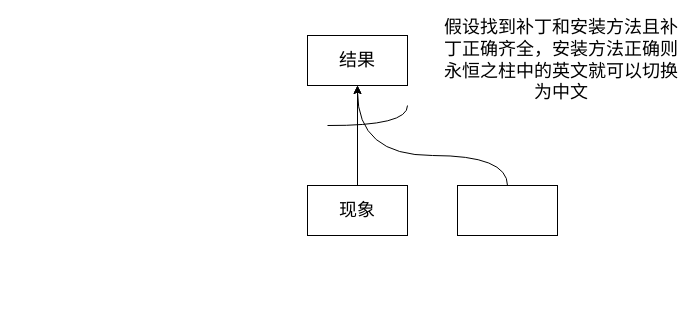
Before: Test.drawio in gitpigzhusj/draw.io, a draw.io diagram. Source tidied: cells renumbered, new cells numbered last; positions are measured from the earlier drawing's top-left corner, leaving out a move shared by most shapes. Both pictures are drawn from the tidied source at 100%, with x=0, y=0 at pixel (307, 25).
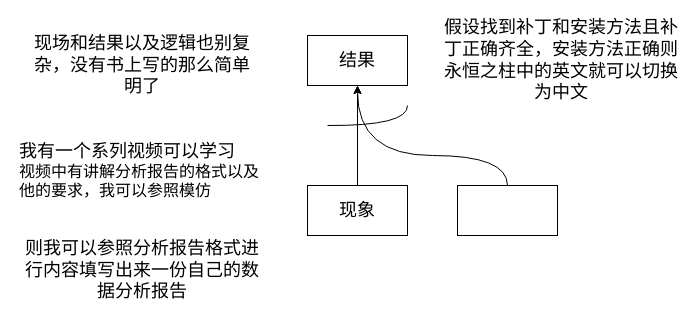
The same page after the edit.

Change to the diagram source:
```diff
@@
 <mxGraphModel>
   <root>
     <mxCell id="0" />
     <mxCell id="1" parent="0" />
     <mxCell id="2" style="edgeStyle=orthogonalEdgeStyle;rounded=0;jettySize=auto;html=1;entryX=0.5;entryY=1;entryDx=0;entryDy=0;" parent="1" edge="1" source="3" target="4">
       <mxGeometry relative="1" as="geometry" />
     </mxCell>
     <mxCell id="3" value="&lt;font style=&quot;font-size: 18px;&quot;&gt;现象&lt;/font&gt;" style="rounded=0;whiteSpace=wrap;html=1;" parent="1" vertex="1">
       <mxGeometry y="160" width="100" height="50" as="geometry" />
     </mxCell>
     <mxCell id="4" value="&lt;font style=&quot;font-size: 18px;&quot;&gt;结果&lt;/font&gt;" style="rounded=0;whiteSpace=wrap;html=1;" parent="1" vertex="1">
       <mxGeometry y="10" width="100" height="50" as="geometry" />
     </mxCell>
     <mxCell id="5" style="edgeStyle=orthogonalEdgeStyle;rounded=0;jettySize=auto;html=1;entryX=0.5;entryY=1;entryDx=0;entryDy=0;curved=1;" parent="1" edge="1" source="6" target="4">
       <mxGeometry relative="1" as="geometry">
         <Array as="points">
           <mxPoint x="200" y="130" />
           <mxPoint x="50" y="130" />
         </Array>
       </mxGeometry>
     </mxCell>
     <mxCell id="6" style="rounded=0;whiteSpace=wrap;html=1;" parent="1" vertex="1">
       <mxGeometry x="150" y="160" width="100" height="50" as="geometry" />
     </mxCell>
     <mxCell id="7" style="endArrow=none;html=1;rounded=0;edgeStyle=orthogonalEdgeStyle;curved=1;" parent="1" edge="1">
       <mxGeometry relative="1" as="geometry">
         <mxPoint x="20" y="100" as="sourcePoint" />
         <mxPoint x="100" y="80" as="targetPoint" />
       </mxGeometry>
     </mxCell>
     <mxCell id="8" value="&lt;font style=&quot;font-size: 18px;&quot;&gt;假设找到补丁和安装方法且补丁正确齐全，安装方法正确则永恒之柱中的英文就可以切换为中文&lt;/font&gt;" style="text;html=1;strokeColor=none;fillColor=none;align=center;verticalAlign=middle;whiteSpace=wrap;rounded=0;" parent="1" vertex="1">
       <mxGeometry x="134" width="240" height="70" as="geometry" />
     </mxCell>
+    <mxCell id="9" value="&lt;font style=&quot;font-size: 18px;&quot;&gt;现场和结果以及逻辑也别复杂，没有书上写的那么简单明了&lt;/font&gt;" style="text;html=1;strokeColor=none;fillColor=none;align=center;verticalAlign=middle;whiteSpace=wrap;rounded=0;" parent="1" vertex="1">
+      <mxGeometry x="-280" y="10" width="230" height="60" as="geometry" />
+    </mxCell>
+    <mxCell id="10" value="&lt;font style=&quot;font-size: 18px;&quot;&gt;则我可以参照分析报告格式进行内容填写出来一份自己的数据分析报告&lt;/font&gt;" style="text;html=1;strokeColor=none;fillColor=none;align=center;verticalAlign=middle;whiteSpace=wrap;rounded=0;" parent="1" vertex="1">
+      <mxGeometry x="-290" y="210" width="250" height="70" as="geometry" />
+    </mxCell>
+    <mxCell id="11" value="&lt;div align=&quot;left&quot;&gt;&lt;font style=&quot;font-size: 18px;&quot;&gt;我有一个系列视频可以学习&lt;/font&gt;&lt;/div&gt;&lt;div align=&quot;left&quot;&gt;&lt;font size=&quot;3&quot;&gt;视频中有讲解分析报告的格式以及他的要求，我可以参照模仿&lt;br&gt;&lt;/font&gt;&lt;/div&gt;" style="text;html=1;strokeColor=none;fillColor=none;align=left;verticalAlign=middle;whiteSpace=wrap;rounded=0;" parent="1" vertex="1">
+      <mxGeometry x="-290" y="110" width="250" height="70" as="geometry" />
+    </mxCell>
   </root>
 </mxGraphModel>
```
